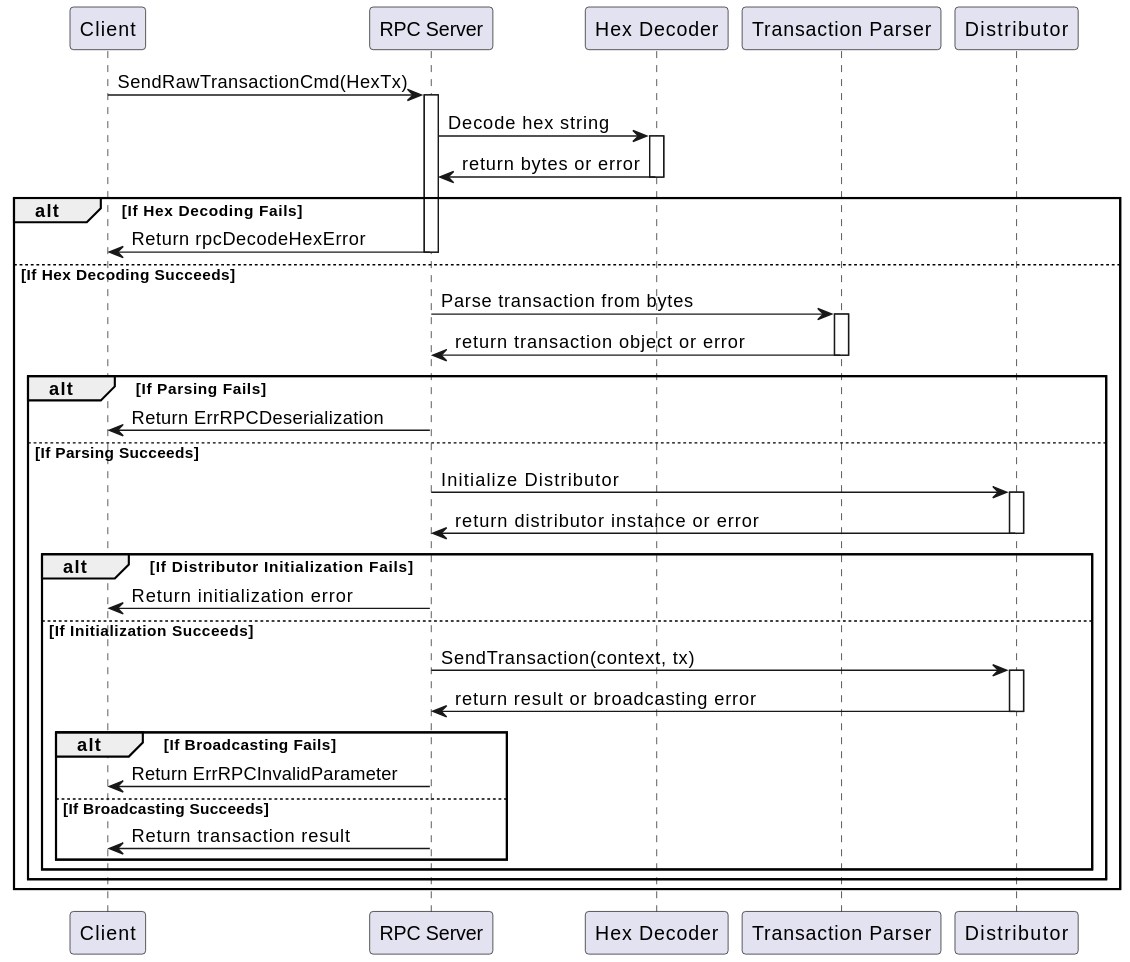
Before: docs/services/img/plantuml/rpc/rpc-send-raw-transaction.svg, a diagram exported from PlantUML (freemans13/teranode).
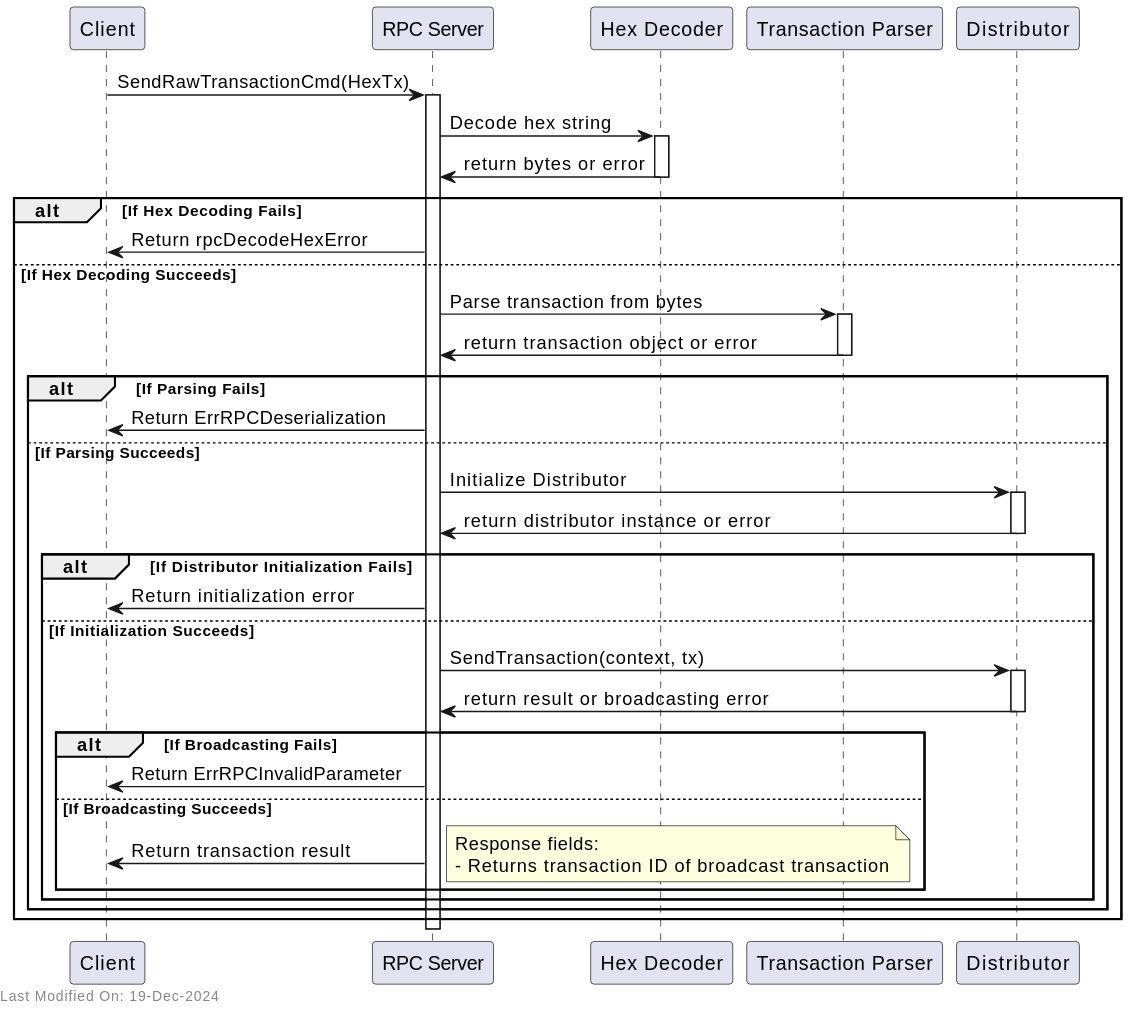
The same file after the commit.

Diff of the diagram source:
```diff
@@ -15,7 +15,6 @@
 
 alt If Hex Decoding Fails
     RPC -> Client : Return rpcDecodeHexError
-    deactivate RPC
 else If Hex Decoding Succeeds
     RPC -> Parser : Parse transaction from bytes
     activate Parser
@@ -24,7 +23,6 @@
 
     alt If Parsing Fails
         RPC -> Client : Return ErrRPCDeserialization
-        deactivate RPC
     else If Parsing Succeeds
         RPC -> Distributor : Initialize Distributor
         activate Distributor
@@ -33,7 +31,6 @@
 
         alt If Distributor Initialization Fails
             RPC -> Client : Return initialization error
-            deactivate RPC
         else If Initialization Succeeds
             RPC -> Distributor : SendTransaction(context, tx)
             activate Distributor
@@ -42,12 +39,18 @@
 
             alt If Broadcasting Fails
                 RPC -> Client : Return ErrRPCInvalidParameter
-                deactivate RPC
             else If Broadcasting Succeeds
                 RPC -> Client : Return transaction result
-                deactivate RPC
+                note right
+                Response fields:
+                - Returns transaction ID of broadcast transaction
+                end note
             end
         end
     end
 end
+
+deactivate RPC
+
+left footer Last Modified On: %date("dd-MMM-yyyy")
 @enduml
```
